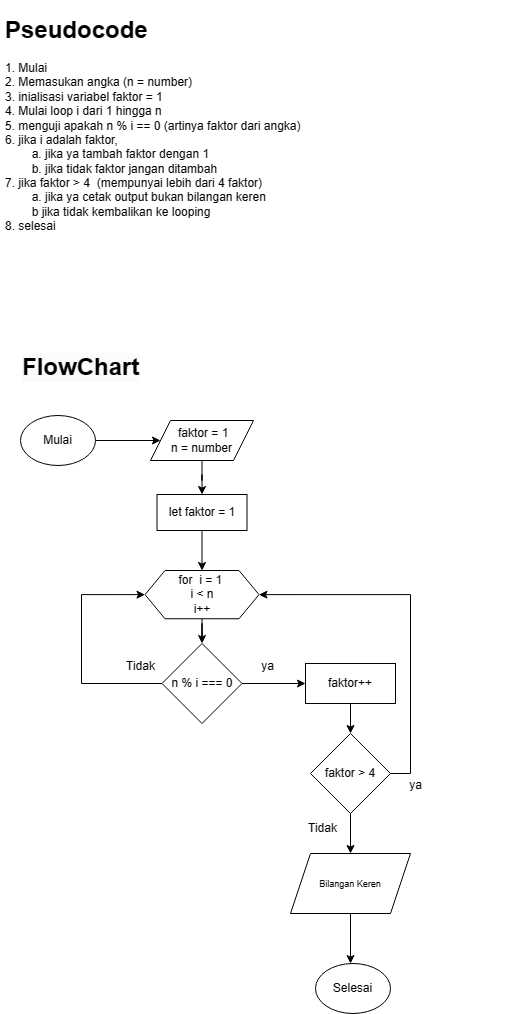
ALTA-FE17-Irsan-Jamaludin/TUGAS-FLOWCHART-ALGORITMA keeps this draw.io diagram as soal1_flowchart.drawio.png. Above is the earlier version. Source tidied: cells renumbered, new cells last; positions are measured from the earlier drawing's top-left corner, leaving out a move shared by most shapes.
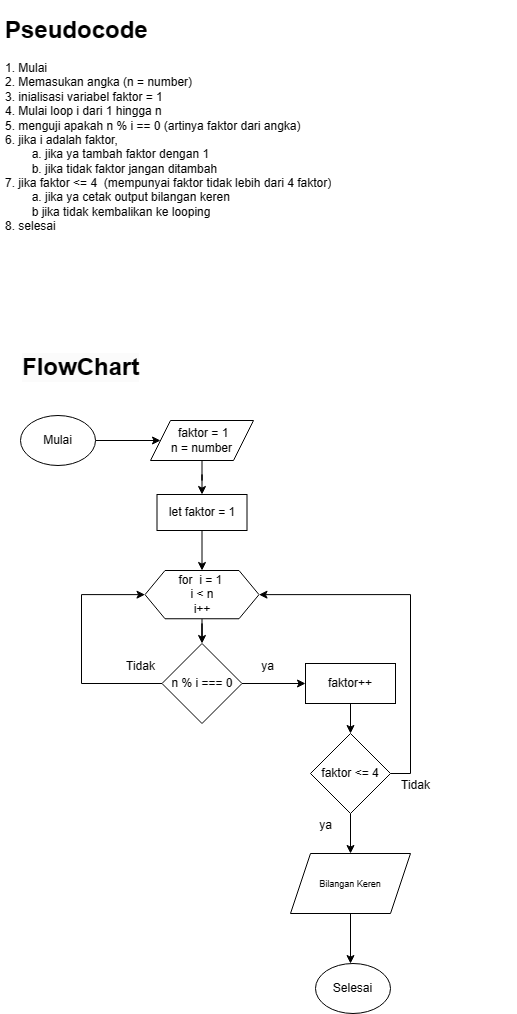
Above is the later version.

Diff of the diagram source:
```diff
@@ -51,7 +51,7 @@
         </Array>
       </mxGeometry>
     </mxCell>
-    <mxCell id="15" value="faktor &amp;gt; 4" style="rhombus;whiteSpace=wrap;html=1;" parent="1" vertex="1">
+    <mxCell id="15" value="faktor &amp;lt;= 4" style="rhombus;whiteSpace=wrap;html=1;" parent="1" vertex="1">
       <mxGeometry x="310" y="723" width="80" height="80" as="geometry" />
     </mxCell>
     <mxCell id="16" style="edgeStyle=orthogonalEdgeStyle;rounded=0;jettySize=auto;html=1;" parent="1" edge="1" source="17" target="18">
@@ -75,12 +75,12 @@
       <mxGeometry x="246.5" y="641" width="40" height="30" as="geometry" />
     </mxCell>
     <mxCell id="21" value="Tidak" style="text;html=1;align=center;verticalAlign=middle;strokeColor=none;fillColor=none;" parent="1" vertex="1">
-      <mxGeometry x="296.5" y="803" width="50" height="30" as="geometry" />
+      <mxGeometry x="390" y="760" width="50" height="30" as="geometry" />
     </mxCell>
     <mxCell id="22" value="ya" style="text;html=1;align=center;verticalAlign=middle;strokeColor=none;fillColor=none;" parent="1" vertex="1">
-      <mxGeometry x="395" y="760" width="40" height="30" as="geometry" />
+      <mxGeometry x="305" y="800" width="40" height="30" as="geometry" />
     </mxCell>
-    <mxCell id="23" value="&lt;h1&gt;&lt;span style=&quot;background-color: initial;&quot;&gt;Pseudocode&lt;/span&gt;&lt;/h1&gt;&lt;div&gt;1. Mulai&lt;/div&gt;&lt;div&gt;2. Memasukan angka (n = number)&lt;/div&gt;&lt;div&gt;3. inialisasi variabel faktor = 1&lt;/div&gt;&lt;div&gt;4. Mulai loop i dari 1 hingga n&lt;/div&gt;&lt;div&gt;5. menguji apakah n % i == 0 (artinya faktor dari angka)&lt;/div&gt;&lt;div&gt;6. jika i adalah faktor,&lt;/div&gt;&lt;div&gt;&lt;span style=&quot;white-space: pre;&quot;&gt;&#9;&lt;/span&gt;a. jika ya tambah faktor dengan 1&lt;br&gt;&lt;/div&gt;&lt;div&gt;&lt;span style=&quot;white-space: pre;&quot;&gt;&#9;&lt;/span&gt;b. jika tidak faktor jangan ditambah&lt;br&gt;&lt;/div&gt;&lt;div&gt;7. jika faktor &amp;gt; 4&amp;nbsp; (mempunyai lebih dari 4 faktor)&lt;/div&gt;&lt;div&gt;&lt;span style=&quot;white-space: pre;&quot;&gt;&#9;&lt;/span&gt;a. jika ya cetak output bukan bilangan keren&lt;br&gt;&lt;/div&gt;&lt;div&gt;&lt;span style=&quot;white-space: pre;&quot;&gt;&#9;&lt;/span&gt;b jika tidak kembalikan ke looping&lt;br&gt;&lt;/div&gt;&lt;div&gt;8. selesai&lt;/div&gt;" style="text;html=1;strokeColor=none;fillColor=none;spacing=5;spacingTop=-20;whiteSpace=wrap;overflow=hidden;rounded=0;" parent="1" vertex="1">
+    <mxCell id="23" value="&lt;h1&gt;&lt;span style=&quot;background-color: initial;&quot;&gt;Pseudocode&lt;/span&gt;&lt;/h1&gt;&lt;div&gt;1. Mulai&lt;/div&gt;&lt;div&gt;2. Memasukan angka (n = number)&lt;/div&gt;&lt;div&gt;3. inialisasi variabel faktor = 1&lt;/div&gt;&lt;div&gt;4. Mulai loop i dari 1 hingga n&lt;/div&gt;&lt;div&gt;5. menguji apakah n % i == 0 (artinya faktor dari angka)&lt;/div&gt;&lt;div&gt;6. jika i adalah faktor,&lt;/div&gt;&lt;div&gt;&lt;span style=&quot;white-space: pre;&quot;&gt;&#9;&lt;/span&gt;a. jika ya tambah faktor dengan 1&lt;br&gt;&lt;/div&gt;&lt;div&gt;&lt;span style=&quot;white-space: pre;&quot;&gt;&#9;&lt;/span&gt;b. jika tidak faktor jangan ditambah&lt;br&gt;&lt;/div&gt;&lt;div&gt;7. jika faktor &amp;lt;= 4&amp;nbsp; (mempunyai faktor tidak lebih dari 4 faktor)&lt;/div&gt;&lt;div&gt;&lt;span style=&quot;white-space: pre;&quot;&gt;&#9;&lt;/span&gt;a. jika ya cetak output bilangan keren&lt;br&gt;&lt;/div&gt;&lt;div&gt;&lt;span style=&quot;white-space: pre;&quot;&gt;&#9;&lt;/span&gt;b jika tidak kembalikan ke looping&lt;br&gt;&lt;/div&gt;&lt;div&gt;8. selesai&lt;/div&gt;" style="text;html=1;strokeColor=none;fillColor=none;spacing=5;spacingTop=-20;whiteSpace=wrap;overflow=hidden;rounded=0;" parent="1" vertex="1">
       <mxGeometry width="517" height="250" as="geometry" />
     </mxCell>
     <mxCell id="24" style="edgeStyle=orthogonalEdgeStyle;rounded=0;jettySize=auto;html=1;entryX=0.5;entryY=0;entryDx=0;entryDy=0;" parent="1" edge="1" source="25" target="7">
```
